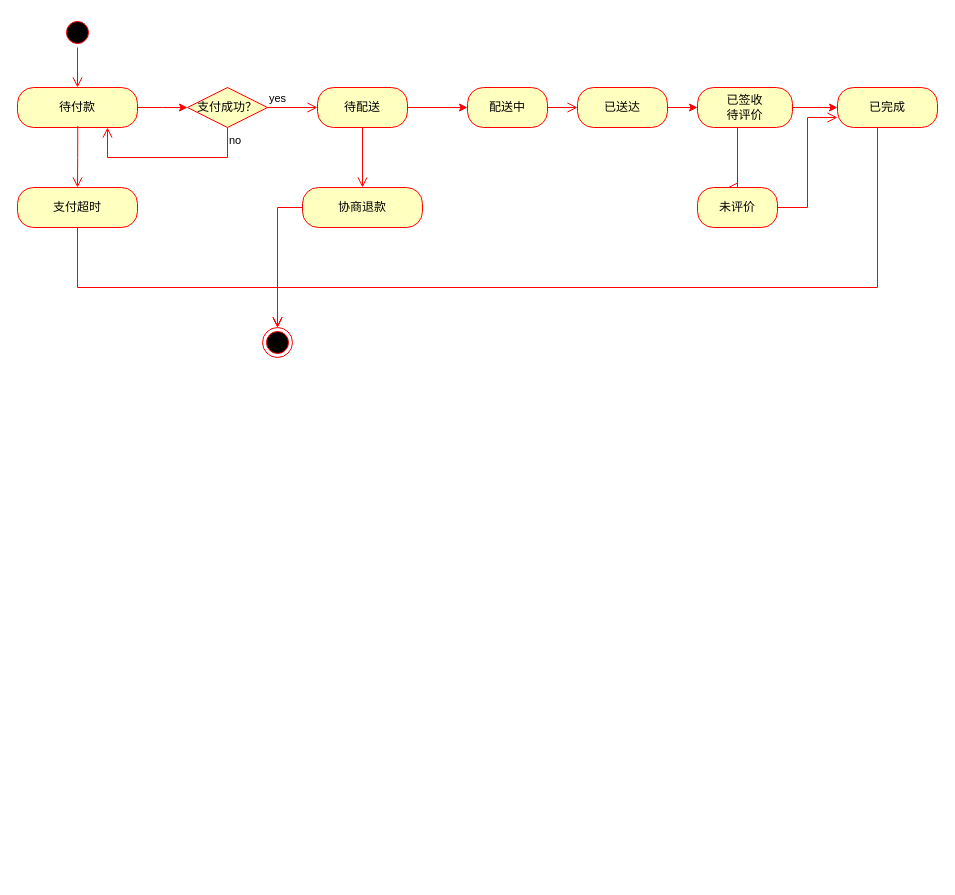
github2474/myDraw keeps this draw.io diagram as 软件体系结构/状态图.drawio. Above is the earlier version. Source tidied: cells renumbered, new cells numbered last; positions are measured from the earlier drawing's top-left corner, leaving out a move shared by most shapes. Both pictures are drawn from the tidied source at 100%, with x=0, y=0 at pixel (17, 17).
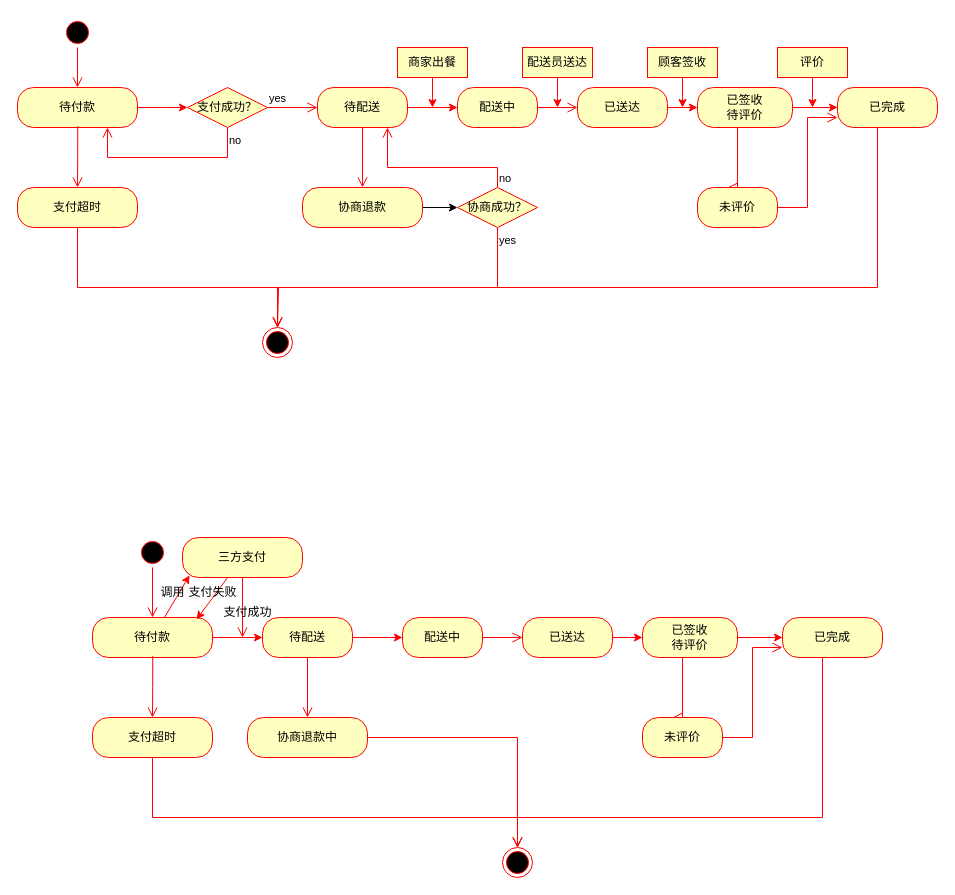
Above is the later version.

Commit message (it also covers changes not shown here):
更新状态图.drawio

Unchanged cells that the change refers to:
```xml
<mxCell id="7" style="ellipse;html=1;shape=endState;fillColor=#000000;strokeColor=#ff0000;" parent="1" vertex="1">
  <mxGeometry x="245" y="310" width="30" height="30" as="geometry" />
</mxCell>
<mxCell id="14" value="待配送" style="rounded=1;whiteSpace=wrap;html=1;arcSize=40;fontColor=#000000;fillColor=#ffffc0;strokeColor=#ff0000;" parent="1" vertex="1">
  <mxGeometry x="300" y="70" width="90" height="40" as="geometry" />
</mxCell>
<mxCell id="24" value="协商退款" style="rounded=1;whiteSpace=wrap;html=1;arcSize=40;fontColor=#000000;fillColor=#ffffc0;strokeColor=#ff0000;" parent="1" vertex="1">
  <mxGeometry x="285" y="170" width="120" height="40" as="geometry" />
</mxCell>
```

Change to the diagram source:
```diff
@@
-    <mxCell id="15" style="edgeStyle=orthogonalEdgeStyle;html=1;verticalAlign=bottom;endArrow=open;endSize=8;strokeColor=#ff0000;rounded=0;" parent="1" edge="1" source="14" target="24">
+    <mxCell id="15" style="edgeStyle=orthogonalEdgeStyle;html=1;verticalAlign=bottom;endArrow=open;endSize=8;strokeColor=#ff0000;rounded=0;entryX=0.5;entryY=0;entryDx=0;entryDy=0;" parent="1" edge="1" source="14" target="24">
       <mxGeometry relative="1" as="geometry" />
     </mxCell>
@@
     <mxCell id="17" value="配送中" style="rounded=1;whiteSpace=wrap;html=1;arcSize=40;fontColor=#000000;fillColor=#ffffc0;strokeColor=#ff0000;" parent="1" vertex="1">
-      <mxGeometry x="450" y="70" width="80" height="40" as="geometry" />
+      <mxGeometry x="440" y="70" width="80" height="40" as="geometry" />
     </mxCell>
@@
-    <mxCell id="20" value="已签收&lt;div&gt;待评价&lt;/div&gt;" style="rounded=1;whiteSpace=wrap;html=1;arcSize=40;fontColor=#000000;fillColor=#ffffc0;strokeColor=#ff0000;" parent="1" vertex="1">
+    <mxCell id="20" value="已签收&lt;div&gt;待评价&lt;/div&gt;" style="rounded=1;whiteSpace=wrap;html=1;arcSize=40;fontColor=#000000;fillColor=#FFFFC0;strokeColor=#ff0000;" parent="1" vertex="1">
       <mxGeometry x="680" y="70" width="95" height="40" as="geometry" />
     </mxCell>
@@
+    <mxCell id="30" style="edgeStyle=orthogonalEdgeStyle;rounded=0;jettySize=auto;html=1;entryX=0;entryY=0.5;entryDx=0;entryDy=0;" parent="1" edge="1" source="24" target="71">
+      <mxGeometry relative="1" as="geometry" />
+    </mxCell>
@@
-    <mxCell id="25" style="edgeStyle=orthogonalEdgeStyle;html=1;verticalAlign=bottom;endArrow=open;endSize=8;strokeColor=#ff0000;rounded=0;entryX=0.5;entryY=0;entryDx=0;entryDy=0;" parent="1" edge="1" source="24" target="7">
-      <mxGeometry relative="1" as="geometry" />
-    </mxCell>
@@
+    <mxCell id="31" style="edgeStyle=orthogonalEdgeStyle;rounded=0;jettySize=auto;html=1;strokeColor=#FF0000;" parent="1" edge="1" source="32">
+      <mxGeometry relative="1" as="geometry">
+        <mxPoint x="665" y="90" as="targetPoint" />
+      </mxGeometry>
+    </mxCell>
+    <mxCell id="32" value="顾客签收" style="whiteSpace=wrap;html=1;fillColor=#FFFFC0;strokeColor=#FF0000;" parent="1" vertex="1">
+      <mxGeometry x="630" y="30" width="70" height="30" as="geometry" />
+    </mxCell>
+    <mxCell id="33" style="edgeStyle=orthogonalEdgeStyle;rounded=0;jettySize=auto;html=1;strokeColor=#FF0000;" parent="1" edge="1" source="34">
+      <mxGeometry relative="1" as="geometry">
+        <mxPoint x="795" y="90" as="targetPoint" />
+      </mxGeometry>
+    </mxCell>
+    <mxCell id="34" value="评价" style="whiteSpace=wrap;html=1;fillColor=#FFFFC0;strokeColor=#FF0000;" parent="1" vertex="1">
+      <mxGeometry x="760" y="30" width="70" height="30" as="geometry" />
+    </mxCell>
+    <mxCell id="35" style="ellipse;html=1;shape=startState;fillColor=#000000;strokeColor=#ff0000;" parent="1" vertex="1">
+      <mxGeometry x="120" y="520" width="30" height="30" as="geometry" />
+    </mxCell>
+    <mxCell id="36" style="edgeStyle=orthogonalEdgeStyle;html=1;verticalAlign=bottom;endArrow=open;endSize=8;strokeColor=#ff0000;rounded=0;entryX=0.5;entryY=0;entryDx=0;entryDy=0;" parent="1" edge="1" source="35" target="39">
+      <mxGeometry relative="1" as="geometry" />
+    </mxCell>
+    <mxCell id="37" style="edgeStyle=orthogonalEdgeStyle;rounded=0;jettySize=auto;html=1;strokeColor=#FF0000;" parent="1" edge="1" source="39">
+      <mxGeometry relative="1" as="geometry">
+        <mxPoint x="245" y="620" as="targetPoint" />
+      </mxGeometry>
+    </mxCell>
+    <mxCell id="38" style="rounded=0;jettySize=auto;html=1;entryX=0.059;entryY=0.945;entryDx=0;entryDy=0;strokeColor=#FF0000;entryPerimeter=0;" parent="1" edge="1" source="39" target="62">
+      <mxGeometry relative="1" as="geometry" />
+    </mxCell>
+    <mxCell id="39" value="待付款" style="rounded=1;whiteSpace=wrap;html=1;arcSize=40;fontColor=#000000;fillColor=#ffffc0;strokeColor=#ff0000;" parent="1" vertex="1">
+      <mxGeometry x="75" y="600" width="120" height="40" as="geometry" />
+    </mxCell>
+    <mxCell id="40" style="edgeStyle=orthogonalEdgeStyle;html=1;verticalAlign=bottom;endArrow=open;endSize=8;strokeColor=#ff0000;rounded=0;exitX=0.5;exitY=1;exitDx=0;exitDy=0;entryX=0.5;entryY=0;entryDx=0;entryDy=0;" parent="1" edge="1" source="43" target="41">
+      <mxGeometry relative="1" as="geometry">
+        <Array as="points">
+          <mxPoint x="135" y="800" />
+          <mxPoint x="500" y="800" />
+        </Array>
+      </mxGeometry>
+    </mxCell>
+    <mxCell id="41" style="ellipse;html=1;shape=endState;fillColor=#000000;strokeColor=#ff0000;" parent="1" vertex="1">
+      <mxGeometry x="485" y="830" width="30" height="30" as="geometry" />
+    </mxCell>
+    <mxCell id="42" style="edgeStyle=orthogonalEdgeStyle;html=1;verticalAlign=bottom;endArrow=open;endSize=8;strokeColor=#ff0000;rounded=0;entryX=0.5;entryY=0;entryDx=0;entryDy=0;exitX=0.502;exitY=0.966;exitDx=0;exitDy=0;exitPerimeter=0;" parent="1" edge="1" source="39" target="43">
+      <mxGeometry relative="1" as="geometry" />
+    </mxCell>
+    <mxCell id="43" value="支付超时" style="rounded=1;whiteSpace=wrap;html=1;arcSize=40;fontColor=#000000;fillColor=#ffffc0;strokeColor=#ff0000;" parent="1" vertex="1">
+      <mxGeometry x="75" y="700" width="120" height="40" as="geometry" />
+    </mxCell>
+    <mxCell id="44" style="edgeStyle=orthogonalEdgeStyle;rounded=0;jettySize=auto;html=1;strokeColor=#FF0000;" parent="1" edge="1" source="45" target="48">
+      <mxGeometry relative="1" as="geometry" />
+    </mxCell>
+    <mxCell id="45" value="待配送" style="rounded=1;whiteSpace=wrap;html=1;arcSize=40;fontColor=#000000;fillColor=#ffffc0;strokeColor=#ff0000;" parent="1" vertex="1">
+      <mxGeometry x="245" y="600" width="90" height="40" as="geometry" />
+    </mxCell>
+    <mxCell id="46" style="edgeStyle=orthogonalEdgeStyle;html=1;verticalAlign=bottom;endArrow=open;endSize=8;strokeColor=#ff0000;rounded=0;" parent="1" edge="1" source="45" target="55">
+      <mxGeometry relative="1" as="geometry" />
+    </mxCell>
+    <mxCell id="47" style="edgeStyle=orthogonalEdgeStyle;rounded=0;orthogonalLoop=1;jettySize=auto;html=1;exitX=0.5;exitY=1;exitDx=0;exitDy=0;" parent="1" edge="1" source="45" target="45">
+      <mxGeometry relative="1" as="geometry" />
+    </mxCell>
+    <mxCell id="48" value="配送中" style="rounded=1;whiteSpace=wrap;html=1;arcSize=40;fontColor=#000000;fillColor=#ffffc0;strokeColor=#ff0000;" parent="1" vertex="1">
+      <mxGeometry x="385" y="600" width="80" height="40" as="geometry" />
+    </mxCell>
+    <mxCell id="49" style="edgeStyle=orthogonalEdgeStyle;html=1;verticalAlign=bottom;endArrow=open;endSize=8;strokeColor=#ff0000;rounded=0;entryX=0;entryY=0.5;entryDx=0;entryDy=0;" parent="1" edge="1" source="48" target="60">
+      <mxGeometry relative="1" as="geometry" />
+    </mxCell>
+    <mxCell id="50" style="edgeStyle=orthogonalEdgeStyle;rounded=0;jettySize=auto;html=1;strokeColor=#FF0000;" parent="1" edge="1" source="51" target="53">
+      <mxGeometry relative="1" as="geometry" />
+    </mxCell>
+    <mxCell id="51" value="已签收&lt;div&gt;待评价&lt;/div&gt;" style="rounded=1;whiteSpace=wrap;html=1;arcSize=40;fontColor=#000000;fillColor=#FFFFC0;strokeColor=#ff0000;" parent="1" vertex="1">
+      <mxGeometry x="625" y="600" width="95" height="40" as="geometry" />
+    </mxCell>
+    <mxCell id="52" style="edgeStyle=orthogonalEdgeStyle;html=1;verticalAlign=bottom;endArrow=open;endSize=8;strokeColor=#ff0000;rounded=0;" parent="1" edge="1" source="51">
+      <mxGeometry relative="1" as="geometry">
+        <mxPoint x="655" y="700" as="targetPoint" />
+        <Array as="points">
+          <mxPoint x="665" y="700" />
+        </Array>
+      </mxGeometry>
+    </mxCell>
+    <mxCell id="53" value="已完成" style="rounded=1;whiteSpace=wrap;html=1;arcSize=40;fontColor=#000000;fillColor=#ffffc0;strokeColor=#ff0000;" parent="1" vertex="1">
+      <mxGeometry x="765" y="600" width="100" height="40" as="geometry" />
+    </mxCell>
+    <mxCell id="54" style="edgeStyle=orthogonalEdgeStyle;html=1;verticalAlign=bottom;endArrow=open;endSize=8;strokeColor=#ff0000;rounded=0;entryX=0.5;entryY=0;entryDx=0;entryDy=0;" parent="1" edge="1" source="53" target="41">
+      <mxGeometry relative="1" as="geometry">
+        <Array as="points">
+          <mxPoint x="805" y="800" />
+          <mxPoint x="500" y="800" />
+        </Array>
+      </mxGeometry>
+    </mxCell>
+    <mxCell id="55" value="协商退款中" style="rounded=1;whiteSpace=wrap;html=1;arcSize=40;fontColor=#000000;fillColor=#ffffc0;strokeColor=#ff0000;" parent="1" vertex="1">
+      <mxGeometry x="230" y="700" width="120" height="40" as="geometry" />
+    </mxCell>
+    <mxCell id="56" style="edgeStyle=orthogonalEdgeStyle;html=1;verticalAlign=bottom;endArrow=open;endSize=8;strokeColor=#ff0000;rounded=0;entryX=0.5;entryY=0;entryDx=0;entryDy=0;" parent="1" edge="1" source="55" target="41">
+      <mxGeometry relative="1" as="geometry" />
+    </mxCell>
+    <mxCell id="57" value="未评价" style="rounded=1;whiteSpace=wrap;html=1;arcSize=40;fontColor=#000000;fillColor=#ffffc0;strokeColor=#ff0000;" parent="1" vertex="1">
+      <mxGeometry x="625" y="700" width="80" height="40" as="geometry" />
+    </mxCell>
+    <mxCell id="58" style="edgeStyle=orthogonalEdgeStyle;html=1;verticalAlign=bottom;endArrow=open;endSize=8;strokeColor=#ff0000;rounded=0;entryX=0;entryY=0.75;entryDx=0;entryDy=0;" parent="1" edge="1" source="57" target="53">
+      <mxGeometry relative="1" as="geometry" />
+    </mxCell>
+    <mxCell id="59" style="edgeStyle=orthogonalEdgeStyle;rounded=0;jettySize=auto;html=1;exitX=1;exitY=0.5;exitDx=0;exitDy=0;entryX=0;entryY=0.5;entryDx=0;entryDy=0;strokeColor=#FF0000;" parent="1" edge="1" source="60" target="51">
+      <mxGeometry relative="1" as="geometry" />
+    </mxCell>
+    <mxCell id="60" value="已送达" style="rounded=1;whiteSpace=wrap;html=1;arcSize=40;fontColor=#000000;fillColor=#ffffc0;strokeColor=#ff0000;" parent="1" vertex="1">
+      <mxGeometry x="505" y="600" width="90" height="40" as="geometry" />
+    </mxCell>
+    <mxCell id="61" style="rounded=0;jettySize=auto;html=1;strokeColor=#FF0000;entryX=0.867;entryY=0.048;entryDx=0;entryDy=0;entryPerimeter=0;" parent="1" edge="1" source="62" target="39">
+      <mxGeometry relative="1" as="geometry" />
+    </mxCell>
+    <mxCell id="62" value="三方支付" style="rounded=1;whiteSpace=wrap;html=1;arcSize=40;fontColor=#000000;fillColor=#ffffc0;strokeColor=#ff0000;" parent="1" vertex="1">
+      <mxGeometry x="165" y="520" width="120" height="40" as="geometry" />
+    </mxCell>
+    <mxCell id="63" style="edgeStyle=orthogonalEdgeStyle;html=1;verticalAlign=bottom;endArrow=open;endSize=8;strokeColor=#ff0000;rounded=0;" parent="1" edge="1" source="62">
+      <mxGeometry relative="1" as="geometry">
+        <mxPoint x="225" y="620" as="targetPoint" />
+      </mxGeometry>
+    </mxCell>
+    <mxCell id="64" value="调用" style="text;html=1;align=center;verticalAlign=middle;strokeColor=none;fillColor=none;" parent="1" vertex="1">
+      <mxGeometry x="130" y="560" width="50" height="30" as="geometry" />
+    </mxCell>
+    <mxCell id="65" value="支付失败" style="text;html=1;align=center;verticalAlign=middle;strokeColor=none;fillColor=none;" parent="1" vertex="1">
+      <mxGeometry x="160" y="560" width="70" height="30" as="geometry" />
+    </mxCell>
+    <mxCell id="66" value="支付成功" style="text;html=1;align=center;verticalAlign=middle;strokeColor=none;fillColor=none;" parent="1" vertex="1">
+      <mxGeometry x="195" y="580" width="70" height="30" as="geometry" />
+    </mxCell>
+    <mxCell id="67" style="edgeStyle=orthogonalEdgeStyle;rounded=0;jettySize=auto;html=1;strokeColor=#FF0000;" parent="1" edge="1" source="68">
+      <mxGeometry relative="1" as="geometry">
+        <mxPoint x="415" y="90" as="targetPoint" />
+      </mxGeometry>
+    </mxCell>
+    <mxCell id="68" value="商家出餐" style="whiteSpace=wrap;html=1;fillColor=#FFFFC0;strokeColor=#FF0000;" parent="1" vertex="1">
+      <mxGeometry x="380" y="30" width="70" height="30" as="geometry" />
+    </mxCell>
+    <mxCell id="69" style="edgeStyle=orthogonalEdgeStyle;rounded=0;jettySize=auto;html=1;strokeColor=#FF0000;" parent="1" edge="1" source="70">
+      <mxGeometry relative="1" as="geometry">
+        <mxPoint x="540" y="90" as="targetPoint" />
+      </mxGeometry>
+    </mxCell>
+    <mxCell id="70" value="配送员送达" style="whiteSpace=wrap;html=1;fillColor=#FFFFC0;strokeColor=#FF0000;" parent="1" vertex="1">
+      <mxGeometry x="505" y="30" width="70" height="30" as="geometry" />
+    </mxCell>
+    <mxCell id="71" value="协商成功？" style="rhombus;whiteSpace=wrap;html=1;fontColor=#000000;fillColor=#ffffc0;strokeColor=#ff0000;" parent="1" vertex="1">
+      <mxGeometry x="440" y="170" width="80" height="40" as="geometry" />
+    </mxCell>
+    <mxCell id="72" value="no" style="edgeStyle=orthogonalEdgeStyle;html=1;align=left;verticalAlign=bottom;endArrow=open;endSize=8;strokeColor=#ff0000;rounded=0;" parent="1" edge="1" source="71" target="14">
+      <mxGeometry x="-1" relative="1" as="geometry">
+        <Array as="points">
+          <mxPoint x="480" y="150" />
+          <mxPoint x="370" y="150" />
+        </Array>
+      </mxGeometry>
+    </mxCell>
+    <mxCell id="73" value="yes" style="edgeStyle=orthogonalEdgeStyle;html=1;align=left;verticalAlign=top;endArrow=open;endSize=8;strokeColor=#ff0000;rounded=0;" parent="1" edge="1" source="71">
+      <mxGeometry x="-1" relative="1" as="geometry">
+        <mxPoint x="260" y="310" as="targetPoint" />
+        <Array as="points">
+          <mxPoint x="480" y="270" />
+          <mxPoint x="261" y="270" />
+          <mxPoint x="261" y="310" />
+        </Array>
+      </mxGeometry>
+    </mxCell>
```
